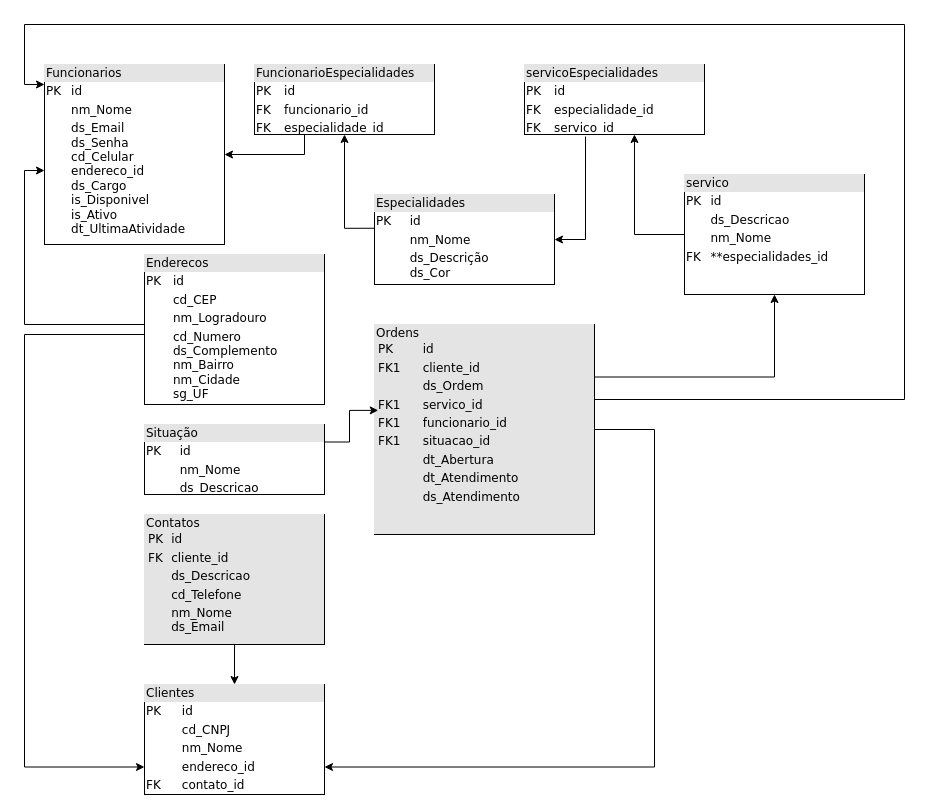
Before: banco de dados.drawio in S-I-G-O-S/planejamento, a draw.io diagram. Source tidied: cells renumbered, new cells numbered last; positions are measured from the earlier drawing's top-left corner, leaving out a move shared by most shapes. Both pictures are drawn from the tidied source at 100%, with x=0, y=0 at pixel (24, 24).
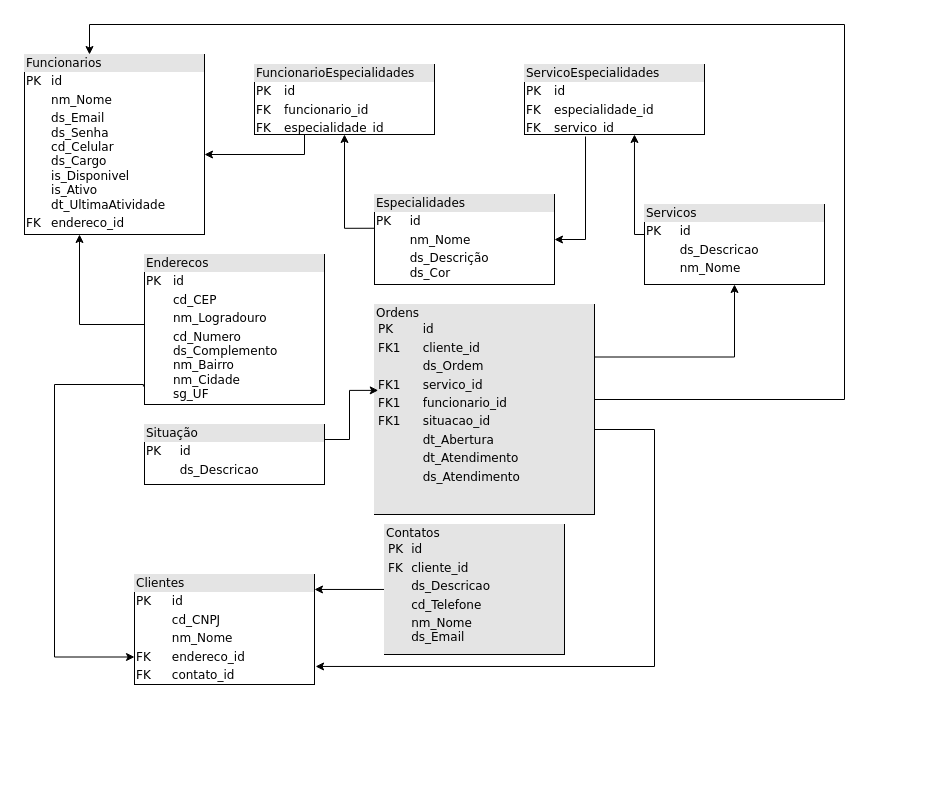
Above is the later version.

The change refers to these unchanged cells:
```xml
<mxCell id="13" value="&lt;div style=&quot;box-sizing:border-box;width:100%;background:#e4e4e4;padding:2px;&quot;&gt;FuncionarioEspecialidades&lt;/div&gt;&lt;table style=&quot;width:100%;font-size:1em;&quot; cellpadding=&quot;2&quot; cellspacing=&quot;0&quot;&gt;&lt;tbody&gt;&lt;tr&gt;&lt;td&gt;PK&lt;/td&gt;&lt;td&gt;id&lt;/td&gt;&lt;/tr&gt;&lt;tr&gt;&lt;td&gt;FK&lt;/td&gt;&lt;td&gt;funcionario_id&lt;/td&gt;&lt;/tr&gt;&lt;tr&gt;&lt;td&gt;FK&lt;/td&gt;&lt;td&gt;especialidade_id&lt;/td&gt;&lt;/tr&gt;&lt;/tbody&gt;&lt;/table&gt;" style="verticalAlign=top;align=left;overflow=fill;html=1;rounded=0;shadow=0;comic=0;labelBackgroundColor=none;strokeWidth=1;fontFamily=Verdana;fontSize=12;" parent="1" vertex="1">
  <mxGeometry x="230" y="40" width="180" height="70" as="geometry" />
</mxCell>
<mxCell id="22" value="&lt;div style=&quot;box-sizing:border-box;width:100%;background:#e4e4e4;padding:2px;&quot;&gt;Enderecos&lt;/div&gt;&lt;table style=&quot;width:100%;font-size:1em;&quot; cellpadding=&quot;2&quot; cellspacing=&quot;0&quot;&gt;&lt;tbody&gt;&lt;tr&gt;&lt;td&gt;PK&lt;/td&gt;&lt;td&gt;id&lt;/td&gt;&lt;/tr&gt;&lt;tr&gt;&lt;td&gt;&lt;br&gt;&lt;/td&gt;&lt;td&gt;cd_CEP&lt;/td&gt;&lt;/tr&gt;&lt;tr&gt;&lt;td&gt;&lt;br&gt;&lt;/td&gt;&lt;td&gt;nm_Logradouro&lt;/td&gt;&lt;/tr&gt;&lt;tr&gt;&lt;td&gt;&lt;br&gt;&lt;/td&gt;&lt;td&gt;cd_Numero&lt;br&gt;ds_Complemento&lt;br&gt;nm_Bairro&lt;br&gt;nm_Cidade&lt;br&gt;sg_UF&lt;/td&gt;&lt;/tr&gt;&lt;tr&gt;&lt;td&gt;&lt;/td&gt;&lt;td&gt;&lt;br&gt;&lt;/td&gt;&lt;/tr&gt;&lt;/tbody&gt;&lt;/table&gt;" style="verticalAlign=top;align=left;overflow=fill;html=1;rounded=0;shadow=0;comic=0;labelBackgroundColor=none;strokeWidth=1;fontFamily=Verdana;fontSize=12;" parent="1" vertex="1">
  <mxGeometry x="120" y="230" width="180" height="150" as="geometry" />
</mxCell>
```

What changed in the source:
```diff
@@
-    <mxCell id="2" value="&lt;div style=&quot;box-sizing:border-box;width:100%;background:#e4e4e4;padding:2px;&quot;&gt;Funcionarios&lt;/div&gt;&lt;table style=&quot;width:100%;font-size:1em;&quot; cellpadding=&quot;2&quot; cellspacing=&quot;0&quot;&gt;&lt;tbody&gt;&lt;tr&gt;&lt;td&gt;PK&lt;/td&gt;&lt;td&gt;id&lt;br&gt;&lt;/td&gt;&lt;/tr&gt;&lt;tr&gt;&lt;td&gt;&lt;br&gt;&lt;/td&gt;&lt;td&gt;nm_Nome&lt;/td&gt;&lt;/tr&gt;&lt;tr&gt;&lt;td&gt;&lt;/td&gt;&lt;td&gt;ds_Email&lt;br&gt;ds_Senha&lt;br&gt;cd_Celular&lt;br&gt;endereco_id&lt;br&gt;ds_Cargo&lt;br&gt;is_Disponivel&lt;br&gt;is_Ativo&lt;br&gt;&lt;span style=&quot;background-color: rgb(255, 255, 255);&quot;&gt;dt_UltimaAtividade&lt;/span&gt;&lt;br style=&quot;background-color: rgb(255, 255, 255);&quot;&gt;&lt;/td&gt;&lt;/tr&gt;&lt;/tbody&gt;&lt;/table&gt;" style="verticalAlign=top;align=left;overflow=fill;html=1;rounded=0;shadow=0;comic=0;labelBackgroundColor=none;strokeWidth=1;fontFamily=Verdana;fontSize=12;" parent="1" vertex="1">
-      <mxGeometry x="20" y="40" width="180" height="180" as="geometry" />
+    <mxCell id="2" value="&lt;div style=&quot;box-sizing:border-box;width:100%;background:#e4e4e4;padding:2px;&quot;&gt;Funcionarios&lt;/div&gt;&lt;table style=&quot;width:100%;font-size:1em;&quot; cellpadding=&quot;2&quot; cellspacing=&quot;0&quot;&gt;&lt;tbody&gt;&lt;tr&gt;&lt;td&gt;PK&lt;/td&gt;&lt;td&gt;id&lt;br&gt;&lt;/td&gt;&lt;/tr&gt;&lt;tr&gt;&lt;td&gt;&lt;br&gt;&lt;/td&gt;&lt;td&gt;nm_Nome&lt;/td&gt;&lt;/tr&gt;&lt;tr&gt;&lt;td&gt;&lt;/td&gt;&lt;td&gt;ds_Email&lt;br&gt;ds_Senha&lt;br&gt;cd_Celular&lt;br&gt;ds_Cargo&lt;br&gt;is_Disponivel&lt;br&gt;is_Ativo&lt;br&gt;&lt;span style=&quot;background-color: rgb(255, 255, 255);&quot;&gt;dt_UltimaAtividade&lt;/span&gt;&lt;br style=&quot;background-color: rgb(255, 255, 255);&quot;&gt;&lt;/td&gt;&lt;/tr&gt;&lt;tr&gt;&lt;td&gt;FK&lt;/td&gt;&lt;td&gt;endereco_id&lt;br&gt;&lt;/td&gt;&lt;/tr&gt;&lt;/tbody&gt;&lt;/table&gt;" style="verticalAlign=top;align=left;overflow=fill;html=1;rounded=0;shadow=0;comic=0;labelBackgroundColor=none;strokeWidth=1;fontFamily=Verdana;fontSize=12;" parent="1" vertex="1">
+      <mxGeometry y="30" width="180" height="180" as="geometry" />
     </mxCell>
@@
-    <mxCell id="4" value="&lt;div style=&quot;box-sizing: border-box ; width: 100% ; background: #e4e4e4 ; padding: 2px&quot;&gt;Clientes&lt;/div&gt;&lt;table style=&quot;width: 100% ; font-size: 1em&quot; cellpadding=&quot;2&quot; cellspacing=&quot;0&quot;&gt;&lt;tbody&gt;&lt;tr&gt;&lt;td&gt;PK&lt;/td&gt;&lt;td&gt;id&lt;/td&gt;&lt;/tr&gt;&lt;tr&gt;&lt;td&gt;&lt;br&gt;&lt;/td&gt;&lt;td&gt;cd_CNPJ&lt;/td&gt;&lt;/tr&gt;&lt;tr&gt;&lt;td&gt;&lt;/td&gt;&lt;td&gt;nm_Nome&lt;/td&gt;&lt;/tr&gt;&lt;tr&gt;&lt;td&gt;&lt;br&gt;&lt;/td&gt;&lt;td&gt;endereco_id&lt;/td&gt;&lt;/tr&gt;&lt;tr&gt;&lt;td&gt;FK&lt;/td&gt;&lt;td&gt;contato_id&lt;/td&gt;&lt;/tr&gt;&lt;/tbody&gt;&lt;/table&gt;" style="verticalAlign=top;align=left;overflow=fill;html=1;rounded=0;shadow=0;comic=0;labelBackgroundColor=none;strokeWidth=1;fontFamily=Verdana;fontSize=12;" parent="1" vertex="1">
-      <mxGeometry x="120" y="660" width="180" height="110" as="geometry" />
+    <mxCell id="4" value="&lt;div style=&quot;box-sizing: border-box ; width: 100% ; background: #e4e4e4 ; padding: 2px&quot;&gt;Clientes&lt;/div&gt;&lt;table style=&quot;width: 100% ; font-size: 1em&quot; cellpadding=&quot;2&quot; cellspacing=&quot;0&quot;&gt;&lt;tbody&gt;&lt;tr&gt;&lt;td&gt;PK&lt;/td&gt;&lt;td&gt;id&lt;/td&gt;&lt;/tr&gt;&lt;tr&gt;&lt;td&gt;&lt;br&gt;&lt;/td&gt;&lt;td&gt;cd_CNPJ&lt;/td&gt;&lt;/tr&gt;&lt;tr&gt;&lt;td&gt;&lt;/td&gt;&lt;td&gt;nm_Nome&lt;/td&gt;&lt;/tr&gt;&lt;tr&gt;&lt;td&gt;FK&lt;/td&gt;&lt;td&gt;endereco_id&lt;/td&gt;&lt;/tr&gt;&lt;tr&gt;&lt;td&gt;FK&lt;/td&gt;&lt;td&gt;contato_id&lt;/td&gt;&lt;/tr&gt;&lt;/tbody&gt;&lt;/table&gt;" style="verticalAlign=top;align=left;overflow=fill;html=1;rounded=0;shadow=0;comic=0;labelBackgroundColor=none;strokeWidth=1;fontFamily=Verdana;fontSize=12;" parent="1" vertex="1">
+      <mxGeometry x="110" y="550" width="180" height="110" as="geometry" />
     </mxCell>
@@
-    <mxCell id="6" style="edgeStyle=orthogonalEdgeStyle;rounded=0;jettySize=auto;html=1;entryX=1;entryY=0.75;entryDx=0;entryDy=0;exitX=1;exitY=0.5;exitDx=0;exitDy=0;" parent="1" edge="1" source="7" target="4">
+    <mxCell id="6" style="edgeStyle=orthogonalEdgeStyle;rounded=0;jettySize=auto;html=1;exitX=1;exitY=0.5;exitDx=0;exitDy=0;entryX=1.006;entryY=0.836;entryDx=0;entryDy=0;entryPerimeter=0;" parent="1" edge="1" source="7" target="4">
       <mxGeometry relative="1" as="geometry">
         <Array as="points">
+          <mxPoint x="570" y="405" />
           <mxPoint x="630" y="405" />
-          <mxPoint x="630" y="743" />
+          <mxPoint x="630" y="642" />
         </Array>
       </mxGeometry>
     </mxCell>
     <mxCell id="7" value="&lt;div style=&quot;box-sizing: border-box ; width: 100% ; background: #e4e4e4 ; padding: 2px&quot;&gt;Ordens&lt;table style=&quot;background-color: initial; font-size: 1em; width: 100%;&quot; cellpadding=&quot;2&quot; cellspacing=&quot;0&quot;&gt;&lt;tbody&gt;&lt;tr&gt;&lt;td&gt;PK&lt;/td&gt;&lt;td&gt;id&lt;/td&gt;&lt;/tr&gt;&lt;tr&gt;&lt;td&gt;FK1&lt;/td&gt;&lt;td&gt;cliente_id&lt;/td&gt;&lt;/tr&gt;&lt;tr&gt;&lt;td&gt;&lt;/td&gt;&lt;td&gt;ds_Ordem&lt;/td&gt;&lt;/tr&gt;&lt;tr&gt;&lt;td&gt;FK1&lt;br&gt;&lt;/td&gt;&lt;td&gt;servico_id&lt;br&gt;&lt;/td&gt;&lt;/tr&gt;&lt;tr&gt;&lt;td&gt;FK1&lt;br&gt;&lt;/td&gt;&lt;td&gt;funcionario_id&lt;br&gt;&lt;/td&gt;&lt;/tr&gt;&lt;tr&gt;&lt;td&gt;FK1&lt;br&gt;&lt;/td&gt;&lt;td&gt;situacao_id&lt;br&gt;&lt;/td&gt;&lt;/tr&gt;&lt;tr&gt;&lt;td&gt;&lt;br&gt;&lt;/td&gt;&lt;td&gt;dt_Abertura&lt;/td&gt;&lt;/tr&gt;&lt;tr&gt;&lt;td&gt;&lt;br&gt;&lt;/td&gt;&lt;td&gt;dt_Atendimento&lt;/td&gt;&lt;/tr&gt;&lt;tr&gt;&lt;td&gt;&lt;br&gt;&lt;/td&gt;&lt;td&gt;ds_Atendimento&lt;/td&gt;&lt;/tr&gt;&lt;tr&gt;&lt;td&gt;&lt;br&gt;&lt;/td&gt;&lt;td&gt;&lt;br&gt;&lt;/td&gt;&lt;/tr&gt;&lt;tr&gt;&lt;td&gt;&lt;br&gt;&lt;/td&gt;&lt;td&gt;&lt;br&gt;&lt;/td&gt;&lt;/tr&gt;&lt;tr&gt;&lt;td&gt;&lt;br&gt;&lt;/td&gt;&lt;td&gt;&lt;br&gt;&lt;/td&gt;&lt;/tr&gt;&lt;tr&gt;&lt;td&gt;&lt;br&gt;&lt;/td&gt;&lt;td&gt;&lt;br&gt;&lt;/td&gt;&lt;/tr&gt;&lt;tr&gt;&lt;td&gt;&lt;br&gt;&lt;/td&gt;&lt;td&gt;&lt;br&gt;&lt;/td&gt;&lt;/tr&gt;&lt;tr&gt;&lt;td&gt;&lt;br&gt;&lt;/td&gt;&lt;td&gt;&lt;br&gt;&lt;/td&gt;&lt;/tr&gt;&lt;tr&gt;&lt;td&gt;&lt;br&gt;&lt;/td&gt;&lt;td&gt;&lt;br&gt;&lt;/td&gt;&lt;/tr&gt;&lt;/tbody&gt;&lt;/table&gt;&lt;/div&gt;" style="verticalAlign=top;align=left;overflow=fill;html=1;rounded=0;shadow=0;comic=0;labelBackgroundColor=none;strokeWidth=1;fontFamily=Verdana;fontSize=12;" parent="1" vertex="1">
-      <mxGeometry x="350" y="300" width="220" height="210" as="geometry" />
+      <mxGeometry x="350" y="280" width="220" height="210" as="geometry" />
     </mxCell>
-    <mxCell id="8" value="&lt;div style=&quot;box-sizing:border-box;width:100%;background:#e4e4e4;padding:2px;&quot;&gt;Situação&lt;/div&gt;&lt;table style=&quot;width:100%;font-size:1em;&quot; cellpadding=&quot;2&quot; cellspacing=&quot;0&quot;&gt;&lt;tbody&gt;&lt;tr&gt;&lt;td&gt;PK&lt;/td&gt;&lt;td&gt;id&lt;/td&gt;&lt;/tr&gt;&lt;tr&gt;&lt;td&gt;&lt;br&gt;&lt;/td&gt;&lt;td&gt;nm_Nome&lt;/td&gt;&lt;/tr&gt;&lt;tr&gt;&lt;td&gt;&lt;br&gt;&lt;/td&gt;&lt;td&gt;ds_Descricao&lt;/td&gt;&lt;/tr&gt;&lt;tr&gt;&lt;td&gt;&lt;/td&gt;&lt;td&gt;&lt;br&gt;&lt;/td&gt;&lt;/tr&gt;&lt;/tbody&gt;&lt;/table&gt;" style="verticalAlign=top;align=left;overflow=fill;html=1;rounded=0;shadow=0;comic=0;labelBackgroundColor=none;strokeWidth=1;fontFamily=Verdana;fontSize=12;" parent="1" vertex="1">
-      <mxGeometry x="120" y="400" width="180" height="70" as="geometry" />
+    <mxCell id="8" value="&lt;div style=&quot;box-sizing:border-box;width:100%;background:#e4e4e4;padding:2px;&quot;&gt;Situação&lt;/div&gt;&lt;table style=&quot;width:100%;font-size:1em;&quot; cellpadding=&quot;2&quot; cellspacing=&quot;0&quot;&gt;&lt;tbody&gt;&lt;tr&gt;&lt;td&gt;PK&lt;/td&gt;&lt;td&gt;id&lt;/td&gt;&lt;/tr&gt;&lt;tr&gt;&lt;td&gt;&lt;br&gt;&lt;/td&gt;&lt;td&gt;ds_Descricao&lt;/td&gt;&lt;/tr&gt;&lt;tr&gt;&lt;td&gt;&lt;/td&gt;&lt;td&gt;&lt;br&gt;&lt;/td&gt;&lt;/tr&gt;&lt;/tbody&gt;&lt;/table&gt;" style="verticalAlign=top;align=left;overflow=fill;html=1;rounded=0;shadow=0;comic=0;labelBackgroundColor=none;strokeWidth=1;fontFamily=Verdana;fontSize=12;" parent="1" vertex="1">
+      <mxGeometry x="120" y="400" width="180" height="60" as="geometry" />
     </mxCell>
@@
-    <mxCell id="10" value="&lt;div style=&quot;box-sizing:border-box;width:100%;background:#e4e4e4;padding:2px;&quot;&gt;servico&lt;/div&gt;&lt;table style=&quot;width:100%;font-size:1em;&quot; cellpadding=&quot;2&quot; cellspacing=&quot;0&quot;&gt;&lt;tbody&gt;&lt;tr&gt;&lt;td&gt;PK&lt;/td&gt;&lt;td&gt;id&lt;/td&gt;&lt;/tr&gt;&lt;tr&gt;&lt;td&gt;&lt;br&gt;&lt;/td&gt;&lt;td&gt;ds_Descricao&lt;/td&gt;&lt;/tr&gt;&lt;tr&gt;&lt;td&gt;&lt;br&gt;&lt;/td&gt;&lt;td&gt;nm_Nome&lt;/td&gt;&lt;/tr&gt;&lt;tr&gt;&lt;td&gt;FK&lt;/td&gt;&lt;td&gt;**especialidades_id&lt;/td&gt;&lt;/tr&gt;&lt;tr&gt;&lt;td&gt;&lt;/td&gt;&lt;td&gt;&lt;br&gt;&lt;/td&gt;&lt;/tr&gt;&lt;/tbody&gt;&lt;/table&gt;" style="verticalAlign=top;align=left;overflow=fill;html=1;rounded=0;shadow=0;comic=0;labelBackgroundColor=none;strokeWidth=1;fontFamily=Verdana;fontSize=12;" parent="1" vertex="1">
-      <mxGeometry x="660" y="150" width="180" height="120" as="geometry" />
+    <mxCell id="10" value="&lt;div style=&quot;box-sizing:border-box;width:100%;background:#e4e4e4;padding:2px;&quot;&gt;Servicos&lt;/div&gt;&lt;table style=&quot;width:100%;font-size:1em;&quot; cellpadding=&quot;2&quot; cellspacing=&quot;0&quot;&gt;&lt;tbody&gt;&lt;tr&gt;&lt;td&gt;PK&lt;/td&gt;&lt;td&gt;id&lt;/td&gt;&lt;/tr&gt;&lt;tr&gt;&lt;td&gt;&lt;br&gt;&lt;/td&gt;&lt;td&gt;ds_Descricao&lt;/td&gt;&lt;/tr&gt;&lt;tr&gt;&lt;td&gt;&lt;br&gt;&lt;/td&gt;&lt;td&gt;nm_Nome&lt;/td&gt;&lt;/tr&gt;&lt;/tbody&gt;&lt;/table&gt;" style="verticalAlign=top;align=left;overflow=fill;html=1;rounded=0;shadow=0;comic=0;labelBackgroundColor=none;strokeWidth=1;fontFamily=Verdana;fontSize=12;" parent="1" vertex="1">
+      <mxGeometry x="620" y="180" width="180" height="80" as="geometry" />
     </mxCell>
@@
-    <mxCell id="12" style="edgeStyle=orthogonalEdgeStyle;rounded=0;jettySize=auto;html=1;exitX=0.25;exitY=1;exitDx=0;exitDy=0;entryX=1;entryY=0.5;entryDx=0;entryDy=0;" parent="1" edge="1" source="13" target="2">
+    <mxCell id="12" style="edgeStyle=orthogonalEdgeStyle;rounded=0;jettySize=auto;html=1;exitX=0.25;exitY=1;exitDx=0;exitDy=0;" parent="1" edge="1" source="13">
       <mxGeometry relative="1" as="geometry">
+        <mxPoint x="180" y="130" as="targetPoint" />
         <Array as="points">
           <mxPoint x="280" y="110" />
           <mxPoint x="280" y="130" />
         </Array>
       </mxGeometry>
     </mxCell>
@@
-    <mxCell id="16" value="&lt;div style=&quot;box-sizing:border-box;width:100%;background:#e4e4e4;padding:2px;&quot;&gt;servicoEspecialidades&lt;/div&gt;&lt;table style=&quot;width:100%;font-size:1em;&quot; cellpadding=&quot;2&quot; cellspacing=&quot;0&quot;&gt;&lt;tbody&gt;&lt;tr&gt;&lt;td&gt;PK&lt;/td&gt;&lt;td&gt;id&lt;/td&gt;&lt;/tr&gt;&lt;tr&gt;&lt;td&gt;FK&lt;/td&gt;&lt;td&gt;especialidade_id&lt;/td&gt;&lt;/tr&gt;&lt;tr&gt;&lt;td&gt;FK&lt;/td&gt;&lt;td&gt;servico_id&lt;/td&gt;&lt;/tr&gt;&lt;/tbody&gt;&lt;/table&gt;" style="verticalAlign=top;align=left;overflow=fill;html=1;rounded=0;shadow=0;comic=0;labelBackgroundColor=none;strokeWidth=1;fontFamily=Verdana;fontSize=12;" parent="1" vertex="1">
+    <mxCell id="16" value="&lt;div style=&quot;box-sizing:border-box;width:100%;background:#e4e4e4;padding:2px;&quot;&gt;ServicoEspecialidades&lt;/div&gt;&lt;table style=&quot;width:100%;font-size:1em;&quot; cellpadding=&quot;2&quot; cellspacing=&quot;0&quot;&gt;&lt;tbody&gt;&lt;tr&gt;&lt;td&gt;PK&lt;/td&gt;&lt;td&gt;id&lt;/td&gt;&lt;/tr&gt;&lt;tr&gt;&lt;td&gt;FK&lt;/td&gt;&lt;td&gt;especialidade_id&lt;/td&gt;&lt;/tr&gt;&lt;tr&gt;&lt;td&gt;FK&lt;/td&gt;&lt;td&gt;servico_id&lt;/td&gt;&lt;/tr&gt;&lt;/tbody&gt;&lt;/table&gt;" style="verticalAlign=top;align=left;overflow=fill;html=1;rounded=0;shadow=0;comic=0;labelBackgroundColor=none;strokeWidth=1;fontFamily=Verdana;fontSize=12;" parent="1" vertex="1">
       <mxGeometry x="500" y="40" width="180" height="70" as="geometry" />
     </mxCell>
@@
-    <mxCell id="18" style="edgeStyle=orthogonalEdgeStyle;rounded=0;jettySize=auto;html=1;entryX=0;entryY=0.111;entryDx=0;entryDy=0;entryPerimeter=0;exitX=1;exitY=0.5;exitDx=0;exitDy=0;" parent="1" edge="1" source="7" target="2">
+    <mxCell id="18" style="edgeStyle=orthogonalEdgeStyle;rounded=0;orthogonalLoop=1;jettySize=auto;html=1;" parent="1" edge="1">
       <mxGeometry relative="1" as="geometry">
+        <mxPoint x="570" y="375" as="sourcePoint" />
+        <mxPoint x="65" y="30" as="targetPoint" />
         <Array as="points">
-          <mxPoint x="880" y="375" />
-          <mxPoint x="880" />
-          <mxPoint />
-          <mxPoint y="60" />
+          <mxPoint x="820" y="375" />
+          <mxPoint x="820" />
+          <mxPoint x="65" />
         </Array>
       </mxGeometry>
     </mxCell>
-    <mxCell id="19" style="edgeStyle=orthogonalEdgeStyle;rounded=0;jettySize=auto;html=1;entryX=0.5;entryY=0;entryDx=0;entryDy=0;" parent="1" edge="1" source="20" target="4">
+    <mxCell id="19" style="edgeStyle=orthogonalEdgeStyle;rounded=0;jettySize=auto;html=1;entryX=1;entryY=0.136;entryDx=0;entryDy=0;entryPerimeter=0;" parent="1" edge="1" source="20" target="4">
       <mxGeometry relative="1" as="geometry" />
     </mxCell>
     <mxCell id="20" value="&lt;div style=&quot;box-sizing: border-box ; width: 100% ; background: #e4e4e4 ; padding: 2px&quot;&gt;Contatos&lt;table style=&quot;background-color: initial; font-size: 1em; width: 100%;&quot; cellpadding=&quot;2&quot; cellspacing=&quot;0&quot;&gt;&lt;tbody&gt;&lt;tr&gt;&lt;td&gt;PK&lt;/td&gt;&lt;td&gt;id&lt;/td&gt;&lt;/tr&gt;&lt;tr&gt;&lt;td&gt;FK&lt;/td&gt;&lt;td&gt;cliente_id&lt;/td&gt;&lt;/tr&gt;&lt;tr&gt;&lt;td&gt;&lt;/td&gt;&lt;td&gt;ds_Descricao&lt;span style=&quot;white-space: pre;&quot;&gt;&#9;&lt;/span&gt;&lt;span style=&quot;white-space: pre;&quot;&gt;&#9;&lt;/span&gt;&lt;/td&gt;&lt;/tr&gt;&lt;tr&gt;&lt;td&gt;&lt;br&gt;&lt;/td&gt;&lt;td&gt;cd_Telefone&lt;/td&gt;&lt;/tr&gt;&lt;tr&gt;&lt;td&gt;&lt;br&gt;&lt;/td&gt;&lt;td&gt;nm_Nome&lt;br&gt;ds_Email&lt;/td&gt;&lt;/tr&gt;&lt;tr&gt;&lt;td&gt;&lt;br&gt;&lt;/td&gt;&lt;td&gt;&lt;br&gt;&lt;/td&gt;&lt;/tr&gt;&lt;/tbody&gt;&lt;/table&gt;&lt;/div&gt;" style="verticalAlign=top;align=left;overflow=fill;html=1;rounded=0;shadow=0;comic=0;labelBackgroundColor=none;strokeWidth=1;fontFamily=Verdana;fontSize=12;" parent="1" vertex="1">
-      <mxGeometry x="120" y="490" width="180" height="130" as="geometry" />
+      <mxGeometry x="360" y="500" width="180" height="130" as="geometry" />
     </mxCell>
-    <mxCell id="21" style="edgeStyle=orthogonalEdgeStyle;rounded=0;jettySize=auto;html=1;entryX=0;entryY=0.75;entryDx=0;entryDy=0;" parent="1" edge="1" target="4">
+    <mxCell id="21" style="edgeStyle=orthogonalEdgeStyle;rounded=0;jettySize=auto;html=1;entryX=0;entryY=0.75;entryDx=0;entryDy=0;exitX=-0.006;exitY=0.88;exitDx=0;exitDy=0;exitPerimeter=0;" parent="1" edge="1" source="22" target="4">
       <mxGeometry relative="1" as="geometry">
-        <mxPoint x="120" y="310" as="sourcePoint" />
         <Array as="points">
-          <mxPoint y="310" />
-          <mxPoint y="743" />
+          <mxPoint x="119" y="360" />
+          <mxPoint x="30" y="360" />
+          <mxPoint x="30" y="633" />
         </Array>
       </mxGeometry>
     </mxCell>
@@
-    <mxCell id="23" style="edgeStyle=orthogonalEdgeStyle;rounded=0;jettySize=auto;html=1;entryX=0;entryY=0.589;entryDx=0;entryDy=0;entryPerimeter=0;exitX=0;exitY=0.5;exitDx=0;exitDy=0;" parent="1" edge="1" source="22" target="2">
+    <mxCell id="23" style="edgeStyle=orthogonalEdgeStyle;rounded=0;jettySize=auto;html=1;exitX=0;exitY=0.5;exitDx=0;exitDy=0;" parent="1" edge="1" source="22">
       <mxGeometry relative="1" as="geometry">
+        <mxPoint x="55" y="210" as="targetPoint" />
         <Array as="points">
           <mxPoint x="120" y="300" />
-          <mxPoint y="300" />
-          <mxPoint y="146" />
+          <mxPoint x="55" y="300" />
         </Array>
       </mxGeometry>
     </mxCell>
```
